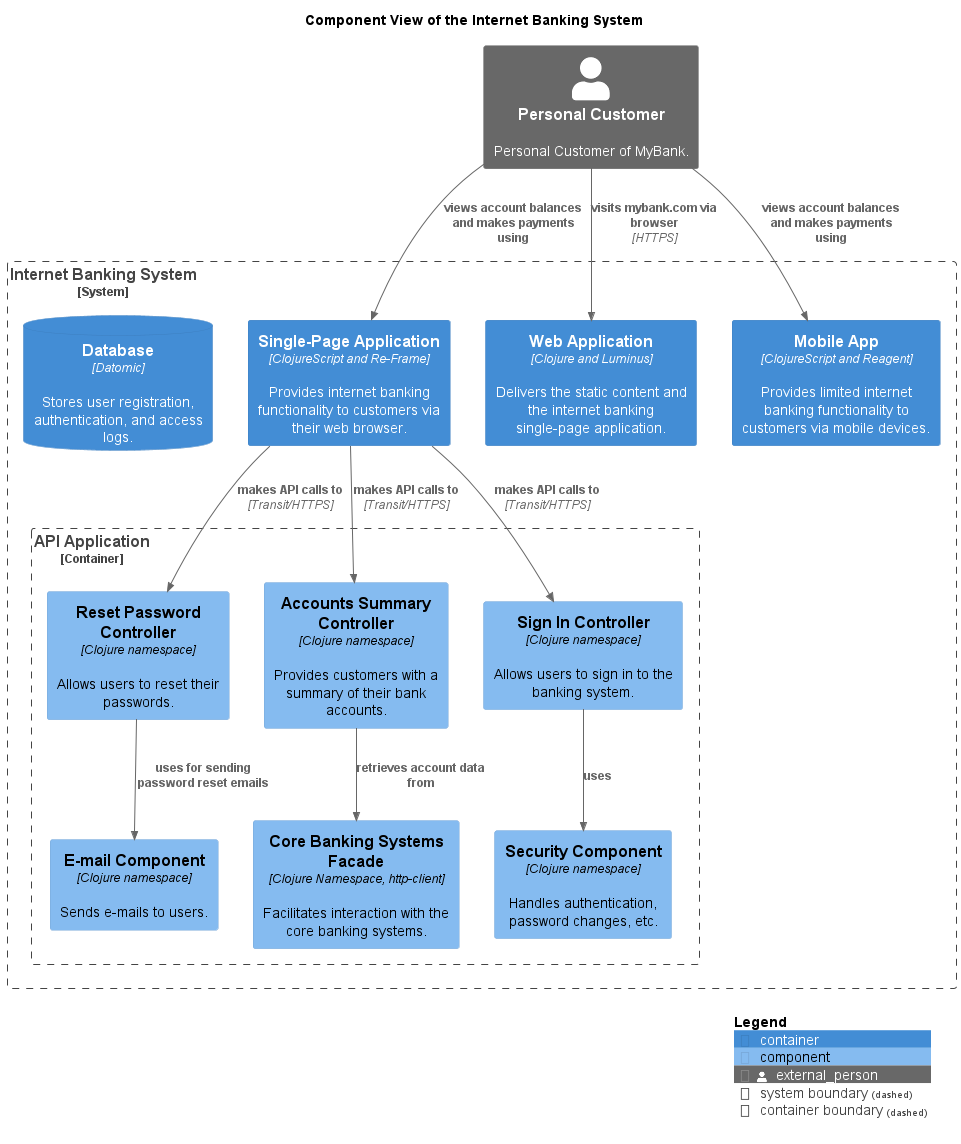
This is docs/mybank/digital-banking/internet-banking-system/component-view.png from soulspace-org/my-bank-model, a PlantUML export, as it was before one commit.
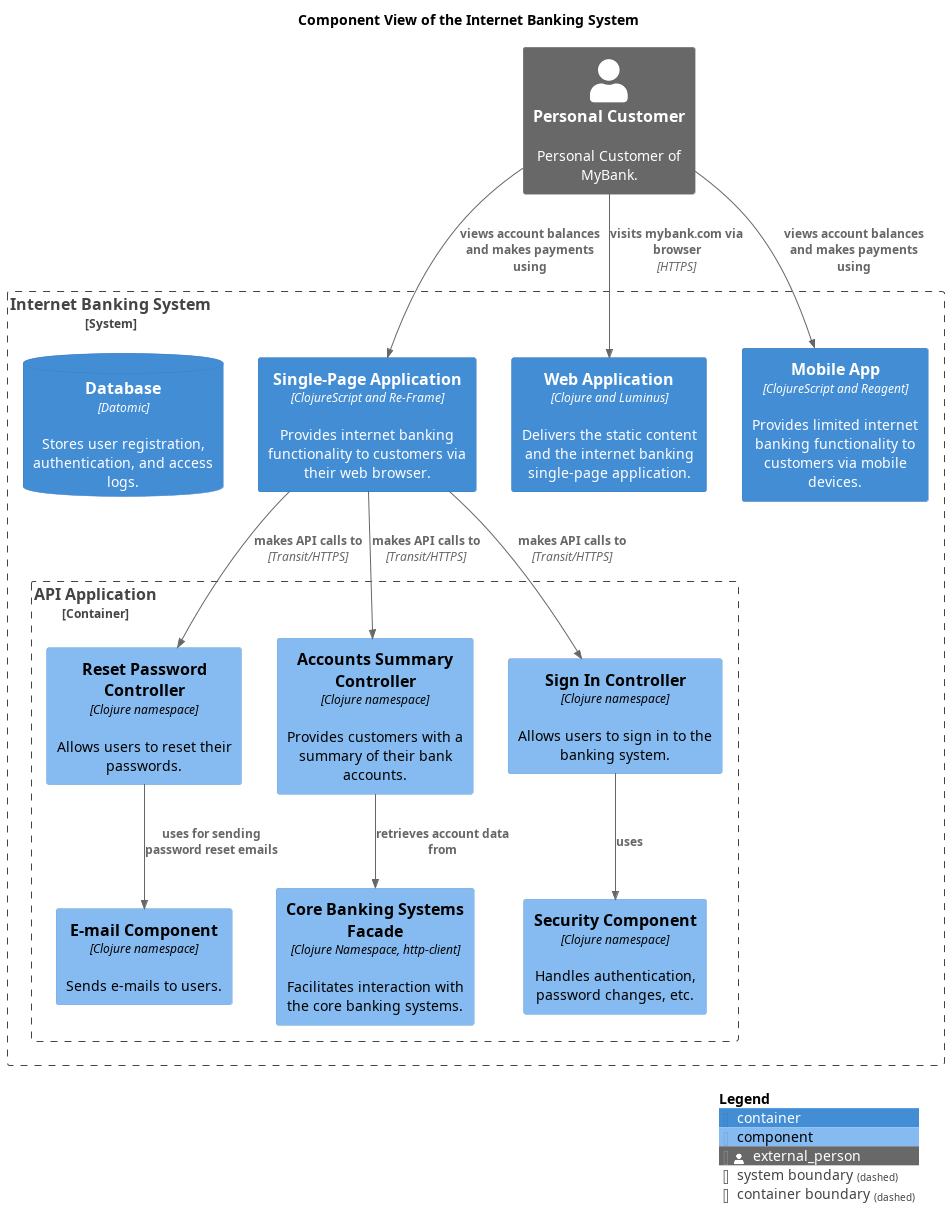
After the change.

Diff of the diagram source:
```diff
@@ -7,7 +7,7 @@
 !include <tupadr3/common>
 
 
-LAYOUT_TOP_DOWN()
+
 
 
 
@@ -28,14 +28,14 @@
   ContainerDb(mybank_digitalBanking_internetBankingSystem_database, "Database", $descr="Stores user registration, authentication, and access logs.", $techn="Datomic")
 }
 Person_Ext(mybank_personalCustomer, "Personal Customer", $descr="Personal Customer of MyBank.")
-Rel(mybank_personalCustomer, mybank_digitalBanking_internetBankingSystem_webApp, "visits mybank.com via browser", $techn="HTTPS")
 Rel(mybank_digitalBanking_internetBankingSystem_accountsSummaryController, mybank_digitalBanking_internetBankingSystem_coreBankingSystemsFacade, "retrieves account data from")
 Rel(mybank_personalCustomer, mybank_digitalBanking_internetBankingSystem_singlePageApp, "views account balances and makes payments using")
 Rel(mybank_digitalBanking_internetBankingSystem_resetPasswordController, mybank_digitalBanking_internetBankingSystem_emailComponent, "uses for sending password reset emails")
+Rel(mybank_digitalBanking_internetBankingSystem_singlePageApp, mybank_digitalBanking_internetBankingSystem_accountsSummaryController, "makes API calls to", $techn="Transit/HTTPS")
+Rel(mybank_digitalBanking_internetBankingSystem_signInController, mybank_digitalBanking_internetBankingSystem_securityComponent, "uses")
 Rel(mybank_digitalBanking_internetBankingSystem_singlePageApp, mybank_digitalBanking_internetBankingSystem_signInController, "makes API calls to", $techn="Transit/HTTPS")
 Rel(mybank_digitalBanking_internetBankingSystem_singlePageApp, mybank_digitalBanking_internetBankingSystem_resetPasswordController, "makes API calls to", $techn="Transit/HTTPS")
-Rel(mybank_digitalBanking_internetBankingSystem_signInController, mybank_digitalBanking_internetBankingSystem_securityComponent, "uses")
-Rel(mybank_digitalBanking_internetBankingSystem_singlePageApp, mybank_digitalBanking_internetBankingSystem_accountsSummaryController, "makes API calls to", $techn="Transit/HTTPS")
+Rel(mybank_personalCustomer, mybank_digitalBanking_internetBankingSystem_webApp, "visits mybank.com via browser", $techn="HTTPS")
 Rel(mybank_personalCustomer, mybank_digitalBanking_internetBankingSystem_mobileApp, "views account balances and makes payments using")
 SHOW_LEGEND()
 @enduml
```
